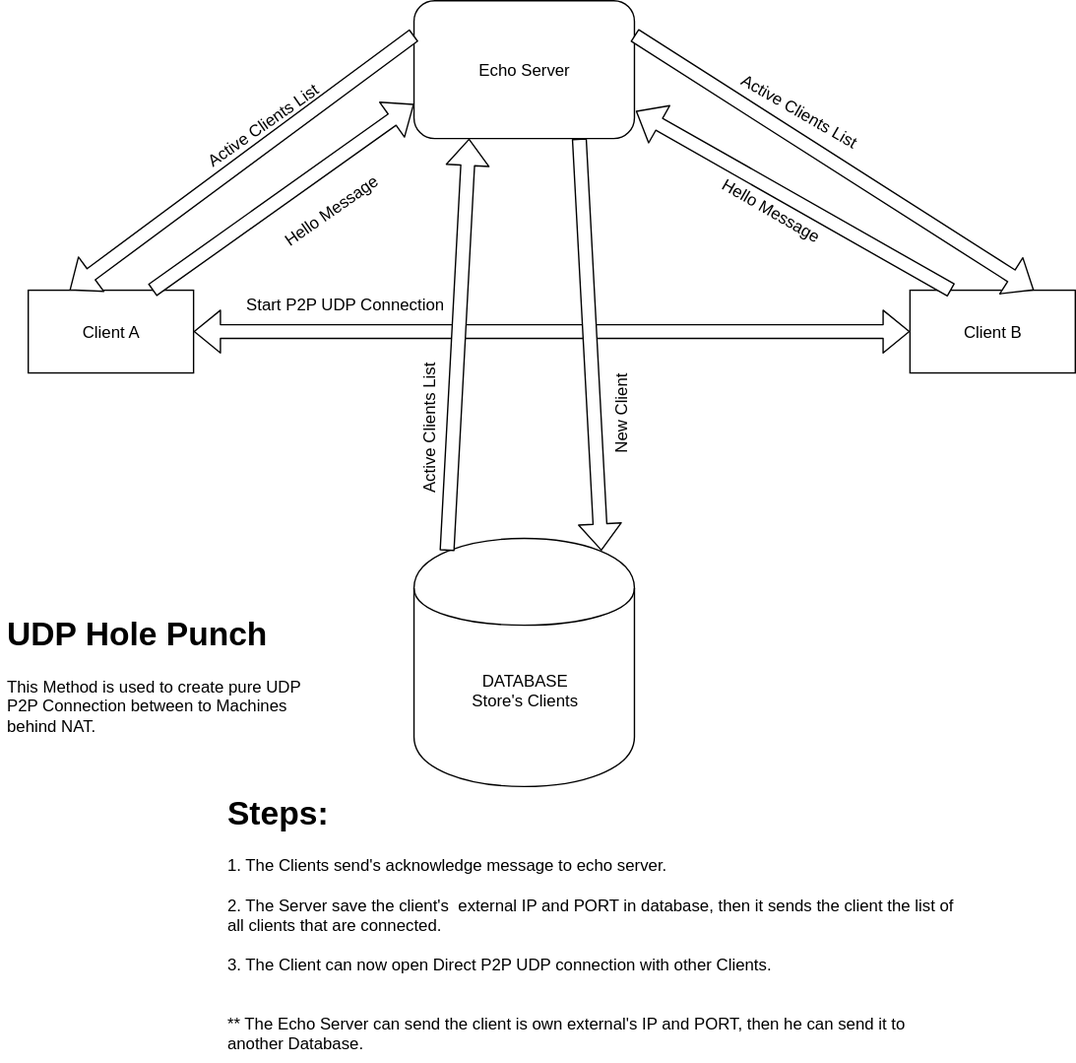
The draw.io diagram Diagram.svg in avivfox93/UPD-HolePunch, before a commit. Source tidied: cells renumbered, new cells last; positions are measured from the earlier drawing's top-left corner, leaving out a move shared by most shapes. Its diagram source:
```xml
<mxGraphModel background="#ffffff">
  <root>
    <mxCell id="0" />
    <mxCell id="1" parent="0" />
    <mxCell id="2" value="Client A" style="rounded=0;whiteSpace=wrap;html=1;" parent="1" vertex="1">
      <mxGeometry x="20" y="210" width="120" height="60" as="geometry" />
    </mxCell>
    <mxCell id="3" value="Client B" style="rounded=0;whiteSpace=wrap;html=1;" parent="1" vertex="1">
      <mxGeometry x="660" y="210" width="120" height="60" as="geometry" />
    </mxCell>
    <mxCell id="4" value="Echo Server" style="rounded=1;whiteSpace=wrap;html=1;" parent="1" vertex="1">
      <mxGeometry x="300" width="160" height="100" as="geometry" />
    </mxCell>
    <mxCell id="5" style="shape=flexArrow;endArrow=classic;html=1;fillColor=#ffffff;entryX=0;entryY=0.75;exitX=0.75;exitY=0;" parent="1" edge="1" source="2" target="4">
      <mxGeometry relative="1" as="geometry" />
    </mxCell>
    <mxCell id="6" style="shape=flexArrow;endArrow=classic;html=1;fillColor=#ffffff;exitX=0.25;exitY=0;" parent="1" edge="1" source="3">
      <mxGeometry relative="1" as="geometry">
        <mxPoint x="461" y="80" as="targetPoint" />
      </mxGeometry>
    </mxCell>
    <mxCell id="7" value="Hello Message" style="text;html=1;strokeColor=none;fillColor=none;align=center;verticalAlign=middle;whiteSpace=wrap;rounded=0;rotation=-35;" parent="1" vertex="1">
      <mxGeometry x="190" y="137" width="100" height="30" as="geometry" />
    </mxCell>
    <mxCell id="8" value="Hello Message" style="text;html=1;strokeColor=none;fillColor=none;align=center;verticalAlign=middle;whiteSpace=wrap;rounded=0;rotation=30;" parent="1" vertex="1">
      <mxGeometry x="510" y="137" width="100" height="30" as="geometry" />
    </mxCell>
    <mxCell id="9" value="Active Clients List" style="text;html=1;strokeColor=none;fillColor=none;align=center;verticalAlign=middle;whiteSpace=wrap;rounded=0;rotation=-90;" parent="1" vertex="1">
      <mxGeometry x="250" y="300" width="120" height="20" as="geometry" />
    </mxCell>
    <mxCell id="10" value="Active Clients List" style="text;html=1;strokeColor=none;fillColor=none;align=center;verticalAlign=middle;whiteSpace=wrap;rounded=0;rotation=-35;" parent="1" vertex="1">
      <mxGeometry x="130" y="80" width="120" height="20" as="geometry" />
    </mxCell>
    <mxCell id="11" style="shape=flexArrow;endArrow=classic;startArrow=classic;html=1;fillColor=#ffffff;entryX=0;entryY=0.5;exitX=1;exitY=0.5;" parent="1" edge="1" source="2" target="3">
      <mxGeometry relative="1" as="geometry" />
    </mxCell>
    <mxCell id="12" value="Start P2P UDP Connection" style="text;html=1;strokeColor=none;fillColor=none;align=center;verticalAlign=middle;whiteSpace=wrap;rounded=0;" parent="1" vertex="1">
      <mxGeometry x="170" y="210" width="160" height="20" as="geometry" />
    </mxCell>
    <mxCell id="13" value="&lt;h1&gt;UDP Hole Punch&lt;/h1&gt;&lt;p&gt;This Method is used to create pure UDP P2P Connection between to Machines behind NAT.&lt;/p&gt;" style="text;html=1;strokeColor=none;fillColor=none;spacing=5;spacingTop=-20;whiteSpace=wrap;overflow=hidden;rounded=0;" parent="1" vertex="1">
      <mxGeometry y="440" width="230" height="120" as="geometry" />
    </mxCell>
    <mxCell id="14" value="&lt;h1&gt;Steps:&lt;/h1&gt;&lt;div&gt;1. The Clients send's acknowledge message to echo server.&lt;/div&gt;&lt;div&gt;&lt;br&gt;&lt;/div&gt;&lt;div&gt;2. The Server save the client's&amp;nbsp; external IP and PORT in database, then it sends the client the list of all clients that are connected.&lt;/div&gt;&lt;div&gt;&lt;br&gt;&lt;/div&gt;&lt;div&gt;3. The Client can now open Direct P2P UDP connection with other Clients.&lt;/div&gt;&lt;div&gt;&lt;br&gt;&lt;/div&gt;&lt;div&gt;&lt;br&gt;&lt;/div&gt;&lt;div&gt;** The Echo Server can send the client is own external's IP and PORT, then he can send it to another Database.&lt;/div&gt;" style="text;html=1;strokeColor=none;fillColor=none;spacing=5;spacingTop=-20;whiteSpace=wrap;overflow=hidden;rounded=0;" parent="1" vertex="1">
      <mxGeometry x="160" y="570" width="540" height="200" as="geometry" />
    </mxCell>
    <mxCell id="15" value="DATABASE&lt;div&gt;Store's Clients&lt;/div&gt;" style="shape=cylinder;whiteSpace=wrap;html=1;boundedLbl=1;" parent="1" vertex="1">
      <mxGeometry x="300" y="390" width="160" height="180" as="geometry" />
    </mxCell>
    <mxCell id="16" style="shape=flexArrow;endArrow=classic;html=1;fillColor=#ffffff;exitX=0.15;exitY=0.05;exitPerimeter=0;entryX=0.25;entryY=1;" parent="1" edge="1" source="15" target="4">
      <mxGeometry relative="1" as="geometry" />
    </mxCell>
    <mxCell id="17" style="shape=flexArrow;endArrow=classic;html=1;fillColor=#ffffff;exitX=0.75;exitY=1;entryX=0.85;entryY=0.05;entryPerimeter=0;" parent="1" edge="1" source="4" target="15">
      <mxGeometry relative="1" as="geometry" />
    </mxCell>
    <mxCell id="18" style="shape=flexArrow;endArrow=classic;html=1;fillColor=#ffffff;entryX=0.25;entryY=0;exitX=0;exitY=0.25;" parent="1" edge="1" source="4" target="2">
      <mxGeometry relative="1" as="geometry" />
    </mxCell>
    <mxCell id="19" style="shape=flexArrow;endArrow=classic;html=1;fillColor=#ffffff;entryX=0.75;entryY=0;exitX=1;exitY=0.25;" parent="1" edge="1" source="4" target="3">
      <mxGeometry relative="1" as="geometry" />
    </mxCell>
    <mxCell id="20" value="Active Clients List" style="text;html=1;strokeColor=none;fillColor=none;align=center;verticalAlign=middle;whiteSpace=wrap;rounded=0;rotation=30;flipH=0;flipV=0;direction=east;" parent="1" vertex="1">
      <mxGeometry x="520" y="70" width="120" height="20" as="geometry" />
    </mxCell>
    <mxCell id="21" value="New Client" style="text;html=1;strokeColor=none;fillColor=none;align=center;verticalAlign=middle;whiteSpace=wrap;rounded=0;rotation=-90;" parent="1" vertex="1">
      <mxGeometry x="410" y="290" width="80" height="20" as="geometry" />
    </mxCell>
  </root>
</mxGraphModel>
```
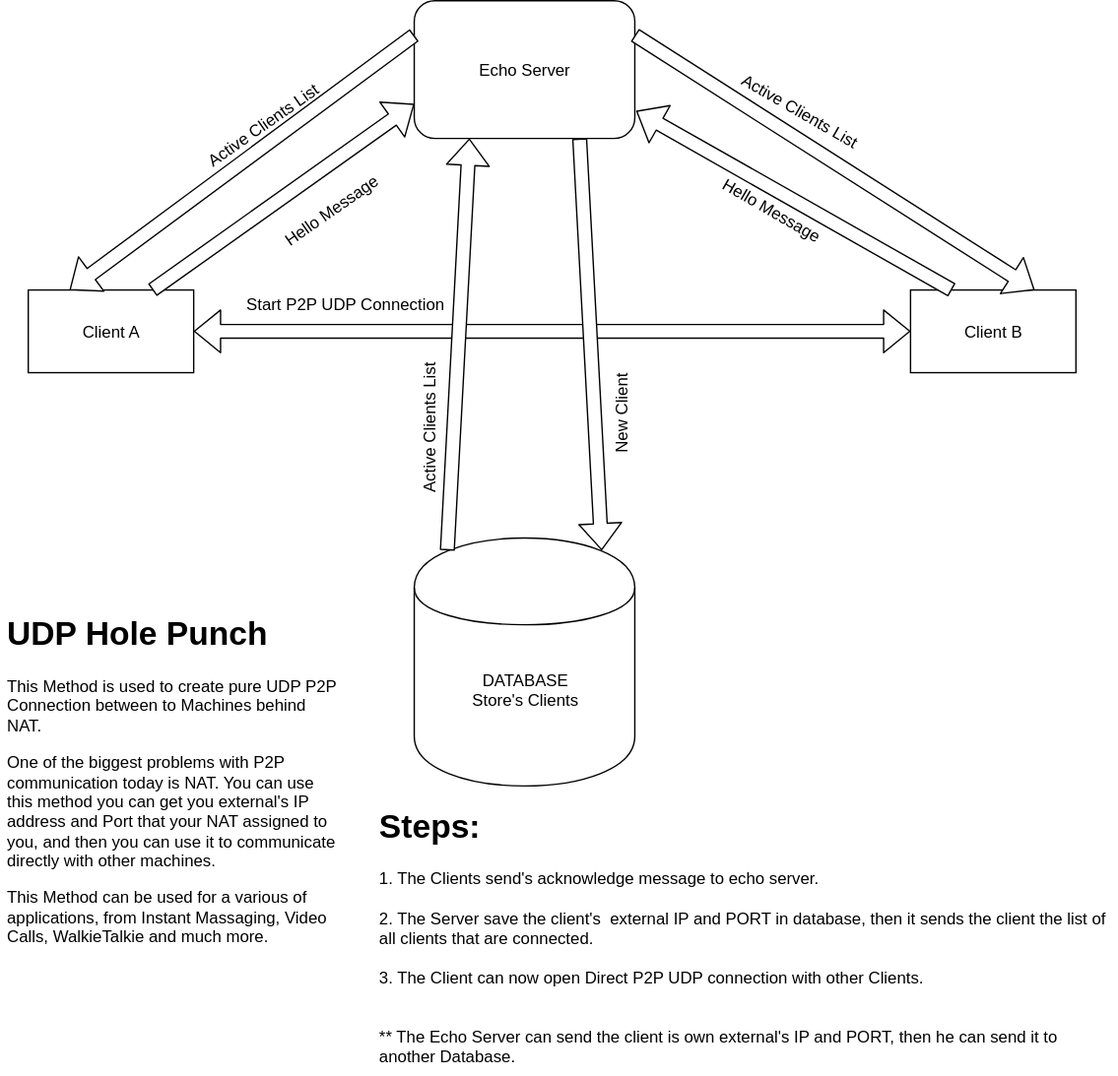
After the change.

What changed in the source:
```diff
@@ -37,11 +37,11 @@
     <mxCell id="12" value="Start P2P UDP Connection" style="text;html=1;strokeColor=none;fillColor=none;align=center;verticalAlign=middle;whiteSpace=wrap;rounded=0;" parent="1" vertex="1">
       <mxGeometry x="170" y="210" width="160" height="20" as="geometry" />
     </mxCell>
-    <mxCell id="13" value="&lt;h1&gt;UDP Hole Punch&lt;/h1&gt;&lt;p&gt;This Method is used to create pure UDP P2P Connection between to Machines behind NAT.&lt;/p&gt;" style="text;html=1;strokeColor=none;fillColor=none;spacing=5;spacingTop=-20;whiteSpace=wrap;overflow=hidden;rounded=0;" parent="1" vertex="1">
-      <mxGeometry y="440" width="230" height="120" as="geometry" />
+    <mxCell id="13" value="&lt;h1&gt;UDP Hole Punch&lt;/h1&gt;&lt;p&gt;This Method is used to create pure UDP P2P Connection between to Machines behind NAT.&lt;/p&gt;&lt;p&gt;One of the biggest problems with P2P communication today is NAT. You can use this method you can get you external's IP address and Port that your NAT assigned to you, and then you can use it to communicate directly with other machines.&lt;/p&gt;&lt;p&gt;This Method can be used for a various of applications, from Instant Massaging, Video Calls, WalkieTalkie and much more.&lt;/p&gt;" style="text;html=1;strokeColor=none;fillColor=none;spacing=5;spacingTop=-20;whiteSpace=wrap;overflow=hidden;rounded=0;" parent="1" vertex="1">
+      <mxGeometry y="440" width="250" height="330" as="geometry" />
     </mxCell>
     <mxCell id="14" value="&lt;h1&gt;Steps:&lt;/h1&gt;&lt;div&gt;1. The Clients send's acknowledge message to echo server.&lt;/div&gt;&lt;div&gt;&lt;br&gt;&lt;/div&gt;&lt;div&gt;2. The Server save the client's&amp;nbsp; external IP and PORT in database, then it sends the client the list of all clients that are connected.&lt;/div&gt;&lt;div&gt;&lt;br&gt;&lt;/div&gt;&lt;div&gt;3. The Client can now open Direct P2P UDP connection with other Clients.&lt;/div&gt;&lt;div&gt;&lt;br&gt;&lt;/div&gt;&lt;div&gt;&lt;br&gt;&lt;/div&gt;&lt;div&gt;** The Echo Server can send the client is own external's IP and PORT, then he can send it to another Database.&lt;/div&gt;" style="text;html=1;strokeColor=none;fillColor=none;spacing=5;spacingTop=-20;whiteSpace=wrap;overflow=hidden;rounded=0;" parent="1" vertex="1">
-      <mxGeometry x="160" y="570" width="540" height="200" as="geometry" />
+      <mxGeometry x="270" y="580" width="540" height="200" as="geometry" />
     </mxCell>
     <mxCell id="15" value="DATABASE&lt;div&gt;Store's Clients&lt;/div&gt;" style="shape=cylinder;whiteSpace=wrap;html=1;boundedLbl=1;" parent="1" vertex="1">
       <mxGeometry x="300" y="390" width="160" height="180" as="geometry" />
```
